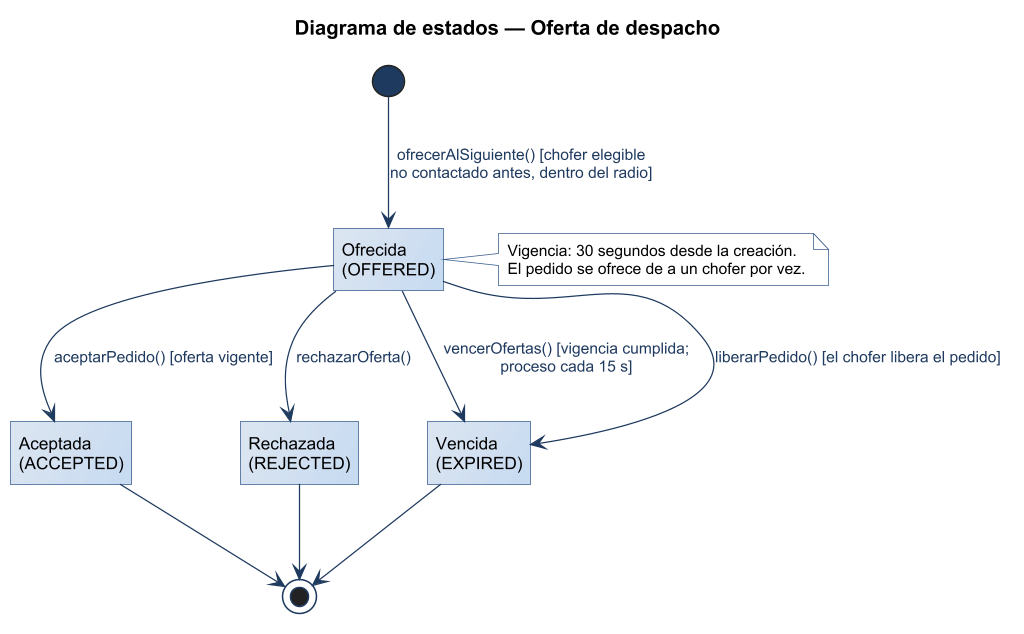
The PlantUML diagram diagramas/uml/UML_Estados_OfertaDespacho.png in Nahuelito-Dev/splg-docs, before a commit.
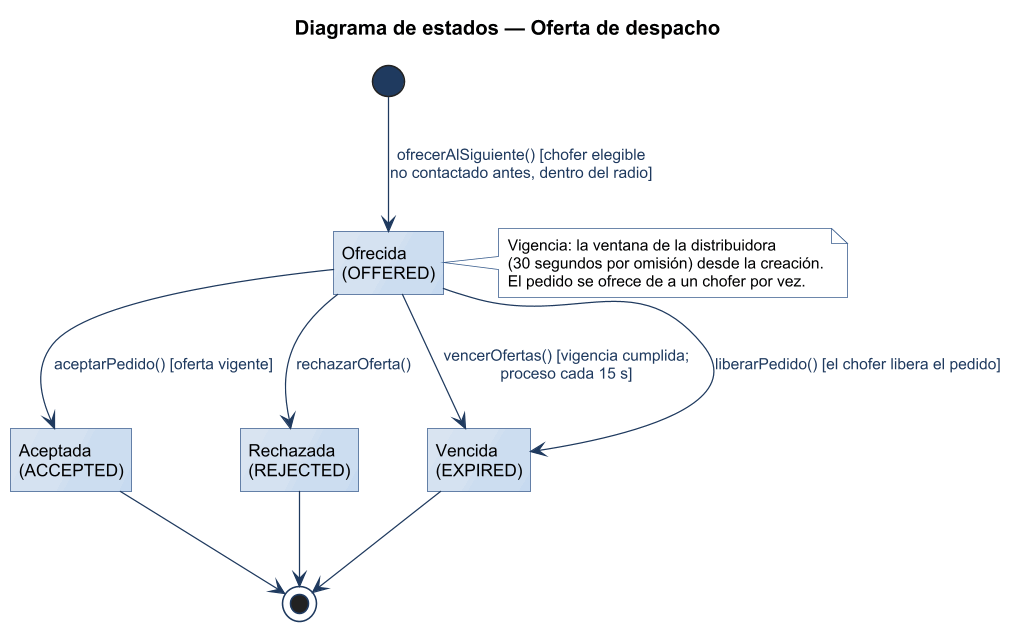
The same file after the commit.

Change to the diagram source:
```diff
@@ -17,7 +17,8 @@
 EXPIRED --> [*]
 
 note right of OFFERED
-  Vigencia: 30 segundos desde la creación.
+  Vigencia: la ventana de la distribuidora
+  (30 segundos por omisión) desde la creación.
   El pedido se ofrece de a un chofer por vez.
 end note
 @enduml
```
